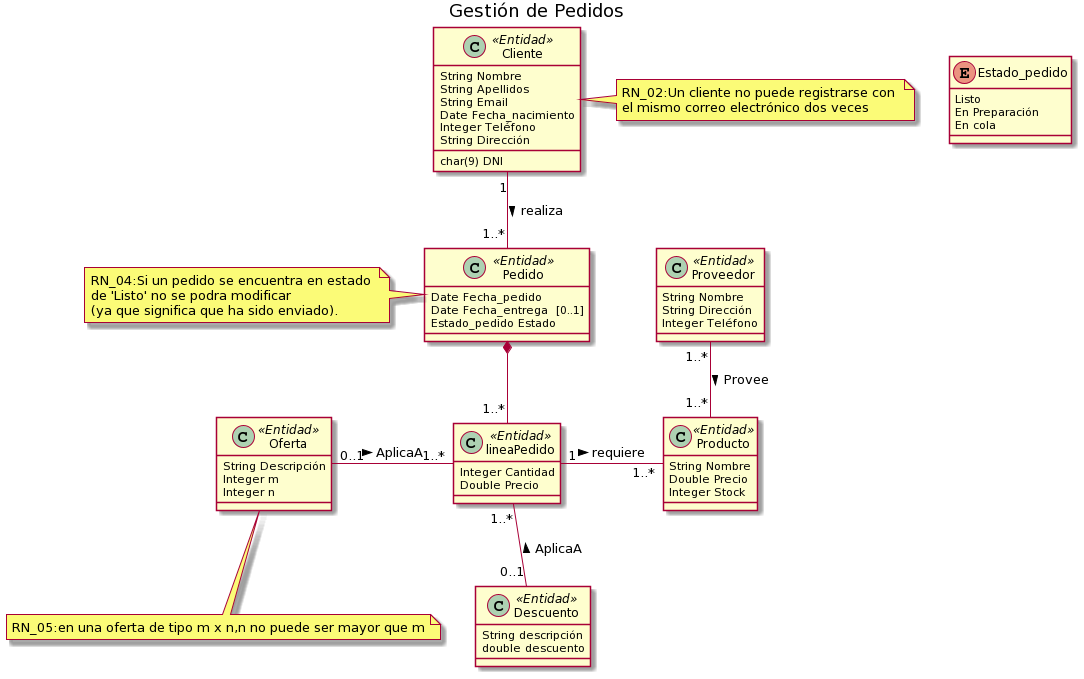
This is mc/gestión pedidos.png from alvnavriv/Proyecto-IR, a PlantUML export, as it was before one commit.
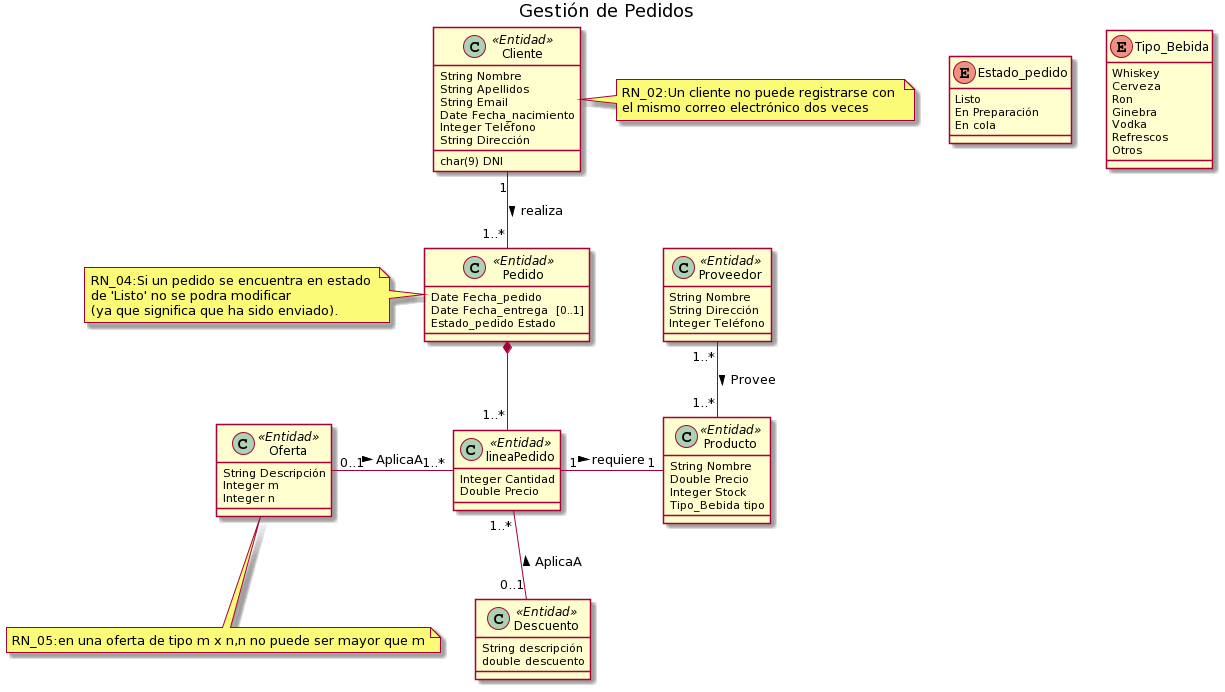
After the commit.

The edit, as a diff of the source:
```diff
@@ -25,6 +25,7 @@
 String Nombre
 Double Precio
 Integer Stock
+Tipo_Bebida tipo
 }
 
 Class Oferta << Entidad >>{
@@ -51,9 +52,19 @@
 En cola
 }
 
+Enum Tipo_Bebida{
+Whiskey
+Cerveza
+Ron
+Ginebra
+Vodka
+Refrescos
+Otros
+}
+
 Oferta "0..1" -right-"1..*" lineaPedido:   AplicaA   >
 Cliente "1" --"1..*" Pedido:   realiza   >
-Producto "1..*" -left-"1" lineaPedido: requiere    <
+Producto "1" -left-"1" lineaPedido: requiere    <
 Proveedor "1..*"--"1..*" Producto: Provee >
 lineaPedido"1..*" -up-* Pedido
 Descuento "0..1" -up-"1..*" lineaPedido:   AplicaA   >
```
